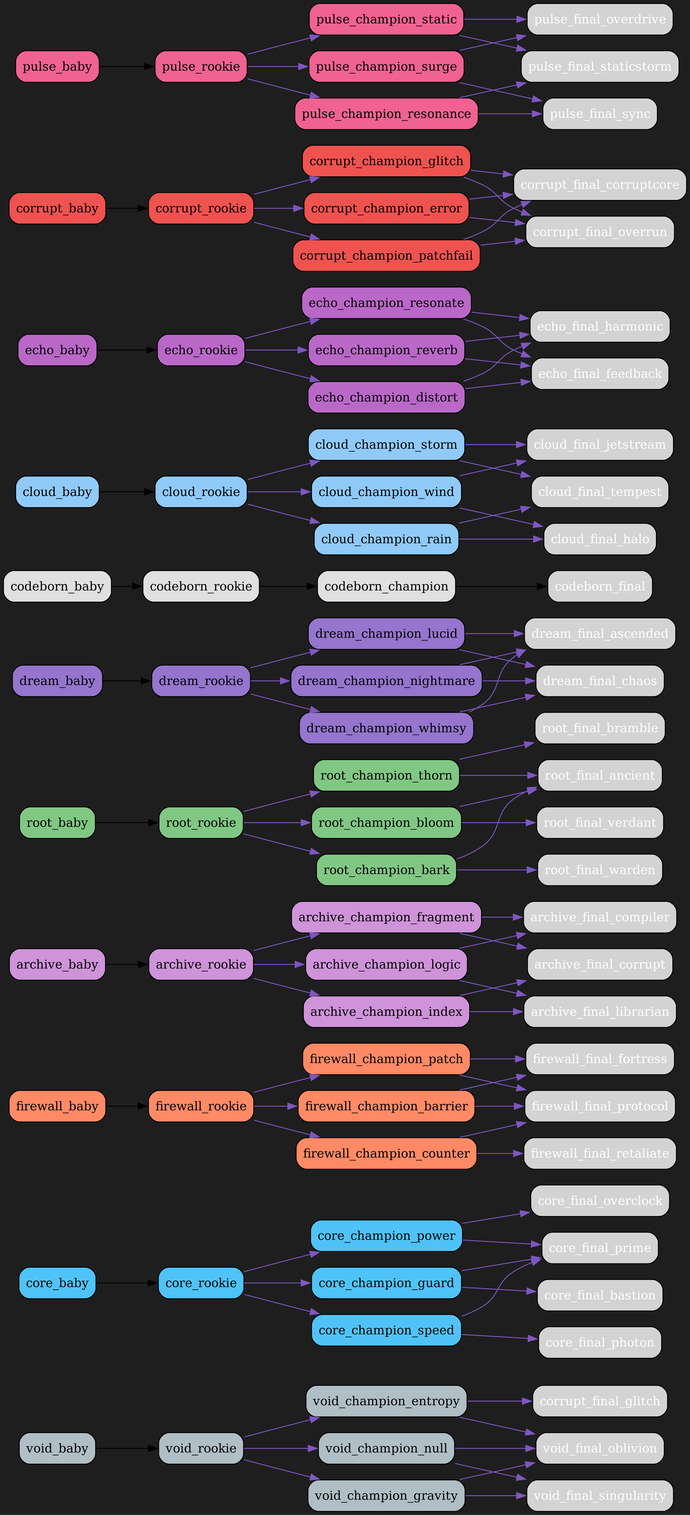
The Graphviz diagram src/netgrid/systems/evolution/graphs/dark/evolution_graph_dark.png in bwlight/NetGrid, before a commit. Its source is kept beside it as src/netgrid/systems/evolution/graphs/dark/evolution_graph_dark.dot.
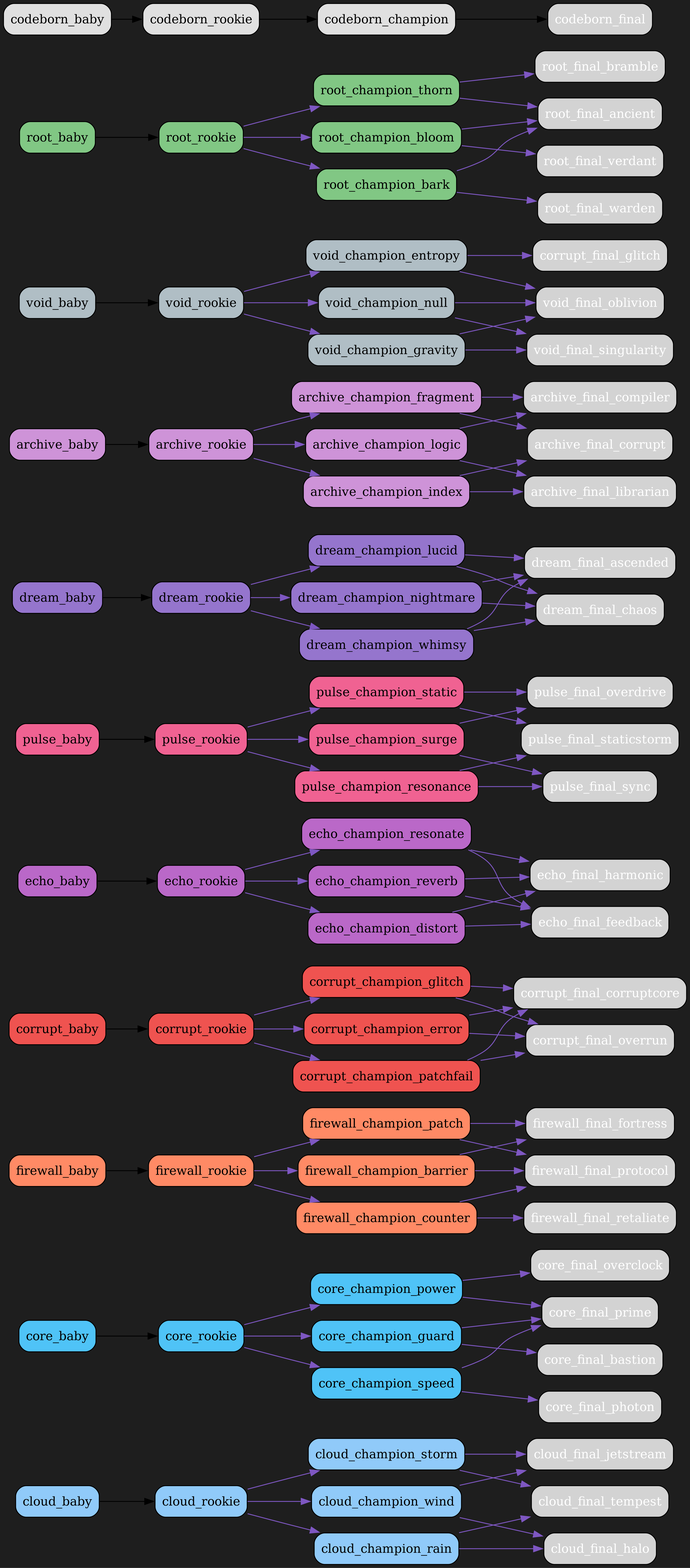
Later version of the same file.

Commit message:
Auto-update evolution graphs

Diff of the diagram source:
```diff
@@ -2,21 +2,21 @@
   rankdir=LR;
   bgcolor="#1e1e1e";
   node [shape=box, style="rounded,filled", fontcolor="white"];
-  "void_baby" [fillcolor="#b0bec5", fontcolor="black"];
-  "void_baby" -> "void_rookie";
-  "void_rookie" [fillcolor="#b0bec5", fontcolor="black"];
-  "void_rookie" -> "void_champion_entropy" [color="#7e57c2"];
-  "void_rookie" -> "void_champion_gravity" [color="#7e57c2"];
-  "void_rookie" -> "void_champion_null" [color="#7e57c2"];
-  "void_champion_entropy" [fillcolor="#b0bec5", fontcolor="black"];
-  "void_champion_entropy" -> "corrupt_final_glitch" [color="#7e57c2"];
-  "void_champion_entropy" -> "void_final_oblivion" [color="#7e57c2"];
-  "void_champion_gravity" [fillcolor="#b0bec5", fontcolor="black"];
-  "void_champion_gravity" -> "void_final_singularity" [color="#7e57c2"];
-  "void_champion_gravity" -> "void_final_oblivion" [color="#7e57c2"];
-  "void_champion_null" [fillcolor="#b0bec5", fontcolor="black"];
-  "void_champion_null" -> "void_final_oblivion" [color="#7e57c2"];
-  "void_champion_null" -> "void_final_singularity" [color="#7e57c2"];
+  "cloud_baby" [fillcolor="#90caf9", fontcolor="black"];
+  "cloud_baby" -> "cloud_rookie";
+  "cloud_rookie" [fillcolor="#90caf9", fontcolor="black"];
+  "cloud_rookie" -> "cloud_champion_wind" [color="#7e57c2"];
+  "cloud_rookie" -> "cloud_champion_rain" [color="#7e57c2"];
+  "cloud_rookie" -> "cloud_champion_storm" [color="#7e57c2"];
+  "cloud_champion_wind" [fillcolor="#90caf9", fontcolor="black"];
+  "cloud_champion_wind" -> "cloud_final_jetstream" [color="#7e57c2"];
+  "cloud_champion_wind" -> "cloud_final_halo" [color="#7e57c2"];
+  "cloud_champion_rain" [fillcolor="#90caf9", fontcolor="black"];
+  "cloud_champion_rain" -> "cloud_final_halo" [color="#7e57c2"];
+  "cloud_champion_rain" -> "cloud_final_tempest" [color="#7e57c2"];
+  "cloud_champion_storm" [fillcolor="#90caf9", fontcolor="black"];
+  "cloud_champion_storm" -> "cloud_final_tempest" [color="#7e57c2"];
+  "cloud_champion_storm" -> "cloud_final_jetstream" [color="#7e57c2"];
   "core_baby" [fillcolor="#4fc3f7", fontcolor="black"];
   "core_baby" -> "core_rookie";
   "core_rookie" [fillcolor="#4fc3f7", fontcolor="black"];
@@ -47,6 +47,66 @@
   "firewall_champion_patch" [fillcolor="#ff8a65", fontcolor="black"];
   "firewall_champion_patch" -> "firewall_final_protocol" [color="#7e57c2"];
   "firewall_champion_patch" -> "firewall_final_fortress" [color="#7e57c2"];
+  "corrupt_baby" [fillcolor="#ef5350", fontcolor="black"];
+  "corrupt_baby" -> "corrupt_rookie";
+  "corrupt_rookie" [fillcolor="#ef5350", fontcolor="black"];
+  "corrupt_rookie" -> "corrupt_champion_glitch" [color="#7e57c2"];
+  "corrupt_rookie" -> "corrupt_champion_error" [color="#7e57c2"];
+  "corrupt_rookie" -> "corrupt_champion_patchfail" [color="#7e57c2"];
+  "corrupt_champion_glitch" [fillcolor="#ef5350", fontcolor="black"];
+  "corrupt_champion_glitch" -> "corrupt_final_corruptcore" [color="#7e57c2"];
+  "corrupt_champion_glitch" -> "corrupt_final_overrun" [color="#7e57c2"];
+  "corrupt_champion_error" [fillcolor="#ef5350", fontcolor="black"];
+  "corrupt_champion_error" -> "corrupt_final_overrun" [color="#7e57c2"];
+  "corrupt_champion_error" -> "corrupt_final_corruptcore" [color="#7e57c2"];
+  "corrupt_champion_patchfail" [fillcolor="#ef5350", fontcolor="black"];
+  "corrupt_champion_patchfail" -> "corrupt_final_corruptcore" [color="#7e57c2"];
+  "corrupt_champion_patchfail" -> "corrupt_final_overrun" [color="#7e57c2"];
+  "echo_baby" [fillcolor="#ba68c8", fontcolor="black"];
+  "echo_baby" -> "echo_rookie";
+  "echo_rookie" [fillcolor="#ba68c8", fontcolor="black"];
+  "echo_rookie" -> "echo_champion_resonate" [color="#7e57c2"];
+  "echo_rookie" -> "echo_champion_reverb" [color="#7e57c2"];
+  "echo_rookie" -> "echo_champion_distort" [color="#7e57c2"];
+  "echo_champion_resonate" [fillcolor="#ba68c8", fontcolor="black"];
+  "echo_champion_resonate" -> "echo_final_harmonic" [color="#7e57c2"];
+  "echo_champion_resonate" -> "echo_final_feedback" [color="#7e57c2"];
+  "echo_champion_reverb" [fillcolor="#ba68c8", fontcolor="black"];
+  "echo_champion_reverb" -> "echo_final_feedback" [color="#7e57c2"];
+  "echo_champion_reverb" -> "echo_final_harmonic" [color="#7e57c2"];
+  "echo_champion_distort" [fillcolor="#ba68c8", fontcolor="black"];
+  "echo_champion_distort" -> "echo_final_feedback" [color="#7e57c2"];
+  "echo_champion_distort" -> "echo_final_harmonic" [color="#7e57c2"];
+  "pulse_baby" [fillcolor="#f06292", fontcolor="black"];
+  "pulse_baby" -> "pulse_rookie";
+  "pulse_rookie" [fillcolor="#f06292", fontcolor="black"];
+  "pulse_rookie" -> "pulse_champion_surge" [color="#7e57c2"];
+  "pulse_rookie" -> "pulse_champion_resonance" [color="#7e57c2"];
+  "pulse_rookie" -> "pulse_champion_static" [color="#7e57c2"];
+  "pulse_champion_surge" [fillcolor="#f06292", fontcolor="black"];
+  "pulse_champion_surge" -> "pulse_final_overdrive" [color="#7e57c2"];
+  "pulse_champion_surge" -> "pulse_final_sync" [color="#7e57c2"];
+  "pulse_champion_resonance" [fillcolor="#f06292", fontcolor="black"];
+  "pulse_champion_resonance" -> "pulse_final_sync" [color="#7e57c2"];
+  "pulse_champion_resonance" -> "pulse_final_staticstorm" [color="#7e57c2"];
+  "pulse_champion_static" [fillcolor="#f06292", fontcolor="black"];
+  "pulse_champion_static" -> "pulse_final_staticstorm" [color="#7e57c2"];
+  "pulse_champion_static" -> "pulse_final_overdrive" [color="#7e57c2"];
+  "dream_baby" [fillcolor="#9575cd", fontcolor="black"];
+  "dream_baby" -> "dream_rookie";
+  "dream_rookie" [fillcolor="#9575cd", fontcolor="black"];
+  "dream_rookie" -> "dream_champion_lucid" [color="#7e57c2"];
+  "dream_rookie" -> "dream_champion_nightmare" [color="#7e57c2"];
+  "dream_rookie" -> "dream_champion_whimsy" [color="#7e57c2"];
+  "dream_champion_lucid" [fillcolor="#9575cd", fontcolor="black"];
+  "dream_champion_lucid" -> "dream_final_ascended" [color="#7e57c2"];
+  "dream_champion_lucid" -> "dream_final_chaos" [color="#7e57c2"];
+  "dream_champion_nightmare" [fillcolor="#9575cd", fontcolor="black"];
+  "dream_champion_nightmare" -> "dream_final_chaos" [color="#7e57c2"];
+  "dream_champion_nightmare" -> "dream_final_ascended" [color="#7e57c2"];
+  "dream_champion_whimsy" [fillcolor="#9575cd", fontcolor="black"];
+  "dream_champion_whimsy" -> "dream_final_ascended" [color="#7e57c2"];
+  "dream_champion_whimsy" -> "dream_final_chaos" [color="#7e57c2"];
   "archive_baby" [fillcolor="#ce93d8", fontcolor="black"];
   "archive_baby" -> "archive_rookie";
   "archive_rookie" [fillcolor="#ce93d8", fontcolor="black"];
@@ -62,6 +122,21 @@
   "archive_champion_fragment" [fillcolor="#ce93d8", fontcolor="black"];
   "archive_champion_fragment" -> "archive_final_corrupt" [color="#7e57c2"];
   "archive_champion_fragment" -> "archive_final_compiler" [color="#7e57c2"];
+  "void_baby" [fillcolor="#b0bec5", fontcolor="black"];
+  "void_baby" -> "void_rookie";
+  "void_rookie" [fillcolor="#b0bec5", fontcolor="black"];
+  "void_rookie" -> "void_champion_entropy" [color="#7e57c2"];
+  "void_rookie" -> "void_champion_gravity" [color="#7e57c2"];
+  "void_rookie" -> "void_champion_null" [color="#7e57c2"];
+  "void_champion_entropy" [fillcolor="#b0bec5", fontcolor="black"];
+  "void_champion_entropy" -> "corrupt_final_glitch" [color="#7e57c2"];
+  "void_champion_entropy" -> "void_final_oblivion" [color="#7e57c2"];
+  "void_champion_gravity" [fillcolor="#b0bec5", fontcolor="black"];
+  "void_champion_gravity" -> "void_final_singularity" [color="#7e57c2"];
+  "void_champion_gravity" -> "void_final_oblivion" [color="#7e57c2"];
+  "void_champion_null" [fillcolor="#b0bec5", fontcolor="black"];
+  "void_champion_null" -> "void_final_oblivion" [color="#7e57c2"];
+  "void_champion_null" -> "void_final_singularity" [color="#7e57c2"];
   "root_baby" [fillcolor="#81c784", fontcolor="black"];
   "root_baby" -> "root_rookie";
   "root_rookie" [fillcolor="#81c784", fontcolor="black"];
@@ -77,85 +152,10 @@
   "root_champion_bark" [fillcolor="#81c784", fontcolor="black"];
   "root_champion_bark" -> "root_final_warden" [color="#7e57c2"];
   "root_champion_bark" -> "root_final_ancient" [color="#7e57c2"];
-  "dream_baby" [fillcolor="#9575cd", fontcolor="black"];
-  "dream_baby" -> "dream_rookie";
-  "dream_rookie" [fillcolor="#9575cd", fontcolor="black"];
-  "dream_rookie" -> "dream_champion_lucid" [color="#7e57c2"];
-  "dream_rookie" -> "dream_champion_nightmare" [color="#7e57c2"];
-  "dream_rookie" -> "dream_champion_whimsy" [color="#7e57c2"];
-  "dream_champion_lucid" [fillcolor="#9575cd", fontcolor="black"];
-  "dream_champion_lucid" -> "dream_final_ascended" [color="#7e57c2"];
-  "dream_champion_lucid" -> "dream_final_chaos" [color="#7e57c2"];
-  "dream_champion_nightmare" [fillcolor="#9575cd", fontcolor="black"];
-  "dream_champion_nightmare" -> "dream_final_chaos" [color="#7e57c2"];
-  "dream_champion_nightmare" -> "dream_final_ascended" [color="#7e57c2"];
-  "dream_champion_whimsy" [fillcolor="#9575cd", fontcolor="black"];
-  "dream_champion_whimsy" -> "dream_final_ascended" [color="#7e57c2"];
-  "dream_champion_whimsy" -> "dream_final_chaos" [color="#7e57c2"];
   "codeborn_baby" [fillcolor="#e0e0e0", fontcolor="black"];
   "codeborn_baby" -> "codeborn_rookie";
   "codeborn_rookie" [fillcolor="#e0e0e0", fontcolor="black"];
   "codeborn_rookie" -> "codeborn_champion";
   "codeborn_champion" [fillcolor="#e0e0e0", fontcolor="black"];
   "codeborn_champion" -> "codeborn_final";
-  "cloud_baby" [fillcolor="#90caf9", fontcolor="black"];
-  "cloud_baby" -> "cloud_rookie";
-  "cloud_rookie" [fillcolor="#90caf9", fontcolor="black"];
-  "cloud_rookie" -> "cloud_champion_wind" [color="#7e57c2"];
-  "cloud_rookie" -> "cloud_champion_rain" [color="#7e57c2"];
-  "cloud_rookie" -> "cloud_champion_storm" [color="#7e57c2"];
-  "cloud_champion_wind" [fillcolor="#90caf9", fontcolor="black"];
-  "cloud_champion_wind" -> "cloud_final_jetstream" [color="#7e57c2"];
-  "cloud_champion_wind" -> "cloud_final_halo" [color="#7e57c2"];
-  "cloud_champion_rain" [fillcolor="#90caf9", fontcolor="black"];
-  "cloud_champion_rain" -> "cloud_final_halo" [color="#7e57c2"];
-  "cloud_champion_rain" -> "cloud_final_tempest" [color="#7e57c2"];
-  "cloud_champion_storm" [fillcolor="#90caf9", fontcolor="black"];
-  "cloud_champion_storm" -> "cloud_final_tempest" [color="#7e57c2"];
-  "cloud_champion_storm" -> "cloud_final_jetstream" [color="#7e57c2"];
-  "echo_baby" [fillcolor="#ba68c8", fontcolor="black"];
-  "echo_baby" -> "echo_rookie";
-  "echo_rookie" [fillcolor="#ba68c8", fontcolor="black"];
-  "echo_rookie" -> "echo_champion_resonate" [color="#7e57c2"];
-  "echo_rookie" -> "echo_champion_reverb" [color="#7e57c2"];
-  "echo_rookie" -> "echo_champion_distort" [color="#7e57c2"];
-  "echo_champion_resonate" [fillcolor="#ba68c8", fontcolor="black"];
-  "echo_champion_resonate" -> "echo_final_harmonic" [color="#7e57c2"];
-  "echo_champion_resonate" -> "echo_final_feedback" [color="#7e57c2"];
-  "echo_champion_reverb" [fillcolor="#ba68c8", fontcolor="black"];
-  "echo_champion_reverb" -> "echo_final_feedback" [color="#7e57c2"];
-  "echo_champion_reverb" -> "echo_final_harmonic" [color="#7e57c2"];
-  "echo_champion_distort" [fillcolor="#ba68c8", fontcolor="black"];
-  "echo_champion_distort" -> "echo_final_feedback" [color="#7e57c2"];
-  "echo_champion_distort" -> "echo_final_harmonic" [color="#7e57c2"];
-  "corrupt_baby" [fillcolor="#ef5350", fontcolor="black"];
-  "corrupt_baby" -> "corrupt_rookie";
-  "corrupt_rookie" [fillcolor="#ef5350", fontcolor="black"];
-  "corrupt_rookie" -> "corrupt_champion_glitch" [color="#7e57c2"];
-  "corrupt_rookie" -> "corrupt_champion_error" [color="#7e57c2"];
-  "corrupt_rookie" -> "corrupt_champion_patchfail" [color="#7e57c2"];
-  "corrupt_champion_glitch" [fillcolor="#ef5350", fontcolor="black"];
-  "corrupt_champion_glitch" -> "corrupt_final_corruptcore" [color="#7e57c2"];
-  "corrupt_champion_glitch" -> "corrupt_final_overrun" [color="#7e57c2"];
-  "corrupt_champion_error" [fillcolor="#ef5350", fontcolor="black"];
-  "corrupt_champion_error" -> "corrupt_final_overrun" [color="#7e57c2"];
-  "corrupt_champion_error" -> "corrupt_final_corruptcore" [color="#7e57c2"];
-  "corrupt_champion_patchfail" [fillcolor="#ef5350", fontcolor="black"];
-  "corrupt_champion_patchfail" -> "corrupt_final_corruptcore" [color="#7e57c2"];
-  "corrupt_champion_patchfail" -> "corrupt_final_overrun" [color="#7e57c2"];
-  "pulse_baby" [fillcolor="#f06292", fontcolor="black"];
-  "pulse_baby" -> "pulse_rookie";
-  "pulse_rookie" [fillcolor="#f06292", fontcolor="black"];
-  "pulse_rookie" -> "pulse_champion_surge" [color="#7e57c2"];
-  "pulse_rookie" -> "pulse_champion_resonance" [color="#7e57c2"];
-  "pulse_rookie" -> "pulse_champion_static" [color="#7e57c2"];
-  "pulse_champion_surge" [fillcolor="#f06292", fontcolor="black"];
-  "pulse_champion_surge" -> "pulse_final_overdrive" [color="#7e57c2"];
-  "pulse_champion_surge" -> "pulse_final_sync" [color="#7e57c2"];
-  "pulse_champion_resonance" [fillcolor="#f06292", fontcolor="black"];
-  "pulse_champion_resonance" -> "pulse_final_sync" [color="#7e57c2"];
-  "pulse_champion_resonance" -> "pulse_final_staticstorm" [color="#7e57c2"];
-  "pulse_champion_static" [fillcolor="#f06292", fontcolor="black"];
-  "pulse_champion_static" -> "pulse_final_staticstorm" [color="#7e57c2"];
-  "pulse_champion_static" -> "pulse_final_overdrive" [color="#7e57c2"];
 }
```
